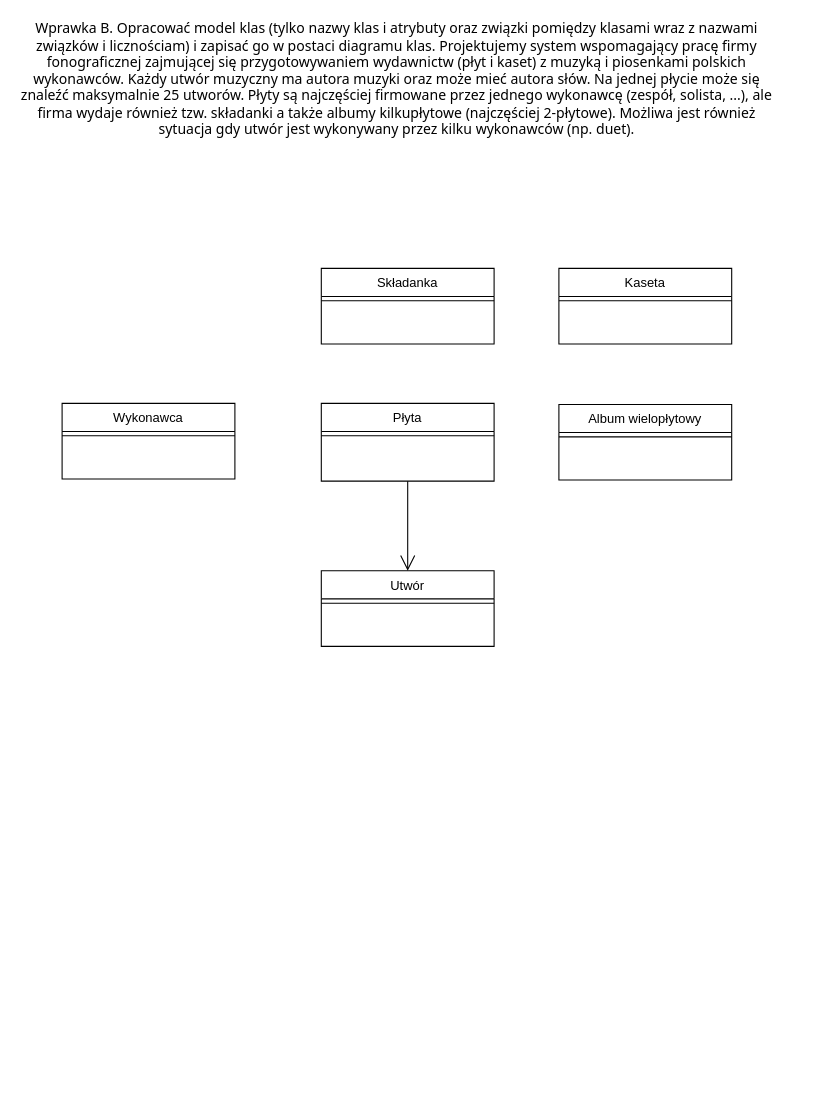
Earlier version of the draw.io diagram Diagram_klas.drawio (MichjuX/UML_Diagrams). Source tidied: cells renumbered, new cells numbered last; positions are measured from the earlier drawing's top-left corner, leaving out a move shared by most shapes. Both pictures are drawn from the tidied source at 108%, with x=0, y=0 at pixel (18, 63).
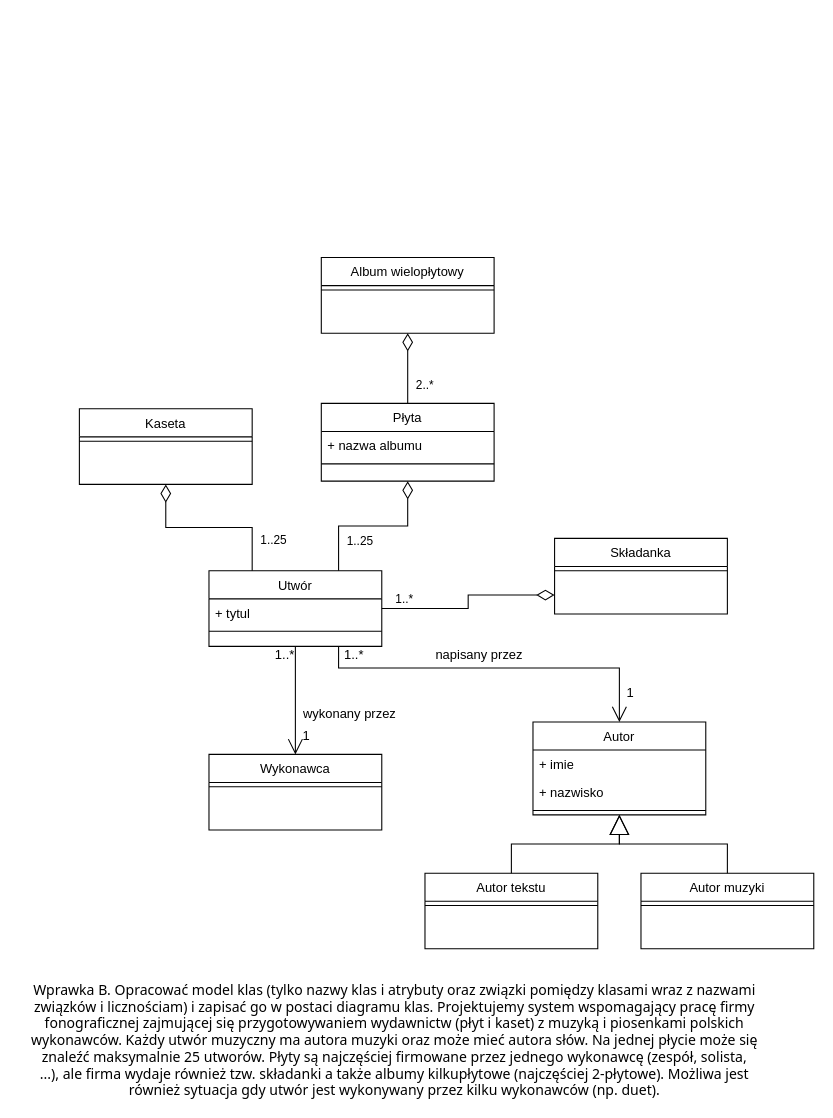
The same page after the edit.

The change refers to these unchanged cells:
```xml
<mxCell id="2" value="Płyta" style="swimlane;fontStyle=0;align=center;verticalAlign=top;horizontal=1;startSize=26;rounded=0;shadow=0;strokeWidth=1;" parent="1" vertex="1">
  <mxGeometry x="280" y="315" width="160" height="72" as="geometry" />
</mxCell>
```

Change to the diagram source:
```diff
@@
+    <mxCell id="16" value="+ nazwa albumu" style="text;strokeColor=none;fillColor=none;align=left;verticalAlign=top;spacingLeft=4;spacingRight=4;overflow=hidden;whiteSpace=wrap;html=1;" parent="2" vertex="1">
+      <mxGeometry y="26" width="160" height="26" as="geometry" />
+    </mxCell>
     <mxCell id="3" style="line;html=1;strokeWidth=1;align=left;verticalAlign=middle;spacingTop=-1;spacingLeft=3;spacingRight=3;labelPosition=right;" parent="2" vertex="1">
-      <mxGeometry y="26" width="160" height="8" as="geometry" />
+      <mxGeometry y="52" width="160" height="8" as="geometry" />
     </mxCell>
     <mxCell id="4" value="Kaseta" style="swimlane;fontStyle=0;align=center;verticalAlign=top;horizontal=1;startSize=26;rounded=0;shadow=0;strokeWidth=1;" parent="1" vertex="1">
-      <mxGeometry x="500" y="190" width="160" height="70" as="geometry" />
+      <mxGeometry x="56" y="320" width="160" height="70" as="geometry" />
     </mxCell>
@@
     <mxCell id="6" value="Składanka&#10;" style="swimlane;fontStyle=0;align=center;verticalAlign=top;horizontal=1;startSize=26;rounded=0;shadow=0;strokeWidth=1;" parent="1" vertex="1">
-      <mxGeometry x="280" y="190" width="160" height="70" as="geometry" />
+      <mxGeometry x="496" y="440" width="160" height="70" as="geometry" />
     </mxCell>
@@
     <mxCell id="8" value="Utwór" style="swimlane;fontStyle=0;align=center;verticalAlign=top;horizontal=1;startSize=26;rounded=0;shadow=0;strokeWidth=1;" parent="1" vertex="1">
-      <mxGeometry x="280" y="470" width="160" height="70" as="geometry" />
+      <mxGeometry x="176" y="470" width="160" height="70" as="geometry" />
     </mxCell>
+    <mxCell id="17" value="+ tytul" style="text;strokeColor=none;fillColor=none;align=left;verticalAlign=top;spacingLeft=4;spacingRight=4;overflow=hidden;whiteSpace=wrap;html=1;" parent="8" vertex="1">
+      <mxGeometry y="26" width="160" height="26" as="geometry" />
+    </mxCell>
     <mxCell id="9" style="line;html=1;strokeWidth=1;align=left;verticalAlign=middle;spacingTop=-1;spacingLeft=3;spacingRight=3;labelPosition=right;" parent="8" vertex="1">
-      <mxGeometry y="26" width="160" height="8" as="geometry" />
+      <mxGeometry y="52" width="160" height="8" as="geometry" />
     </mxCell>
-    <mxCell id="10" value="Wykonawca&#10;" style="swimlane;fontStyle=0;align=center;verticalAlign=top;horizontal=1;startSize=26;rounded=0;shadow=0;strokeWidth=1;" parent="1" vertex="1">
-      <mxGeometry x="40" y="315" width="160" height="70" as="geometry" />
+    <mxCell id="10" value="Wykonawca" style="swimlane;fontStyle=0;align=center;verticalAlign=top;horizontal=1;startSize=26;rounded=0;shadow=0;strokeWidth=1;" parent="1" vertex="1">
+      <mxGeometry x="176" y="640" width="160" height="70" as="geometry" />
     </mxCell>
@@
-    <mxCell id="12" value="&lt;span style=&quot;font-size: small; text-align: start;&quot;&gt;&lt;font face=&quot;Tahoma&quot;&gt;Wprawka B. Opracować model klas (tylko nazwy klas i atrybuty oraz związki pomiędzy klasami wraz z nazwami związków i licznościam) i zapisać go w postaci diagramu klas. Projektujemy system wspomagający pracę firmy fonograficznej zajmującej się przygotowywaniem wydawnictw (płyt i kaset) z muzyką i piosenkami polskich wykonawców. Każdy utwór muzyczny ma autora muzyki oraz może mieć autora słów. Na jednej płycie może się znaleźć maksymalnie 25 utworów. Płyty są najczęściej firmowane przez jednego wykonawcę (zespół, solista, ...), ale firma wydaje również tzw. składanki a także albumy kilkupłytowe (najczęściej 2-płytowe). Możliwa jest również sytuacja gdy utwór jest wykonywany przez kilku wykonawców (np. duet).&lt;/font&gt;&lt;/span&gt;" style="text;html=1;align=center;verticalAlign=middle;whiteSpace=wrap;rounded=0;" parent="1" vertex="1">
-      <mxGeometry width="700" height="30" as="geometry" />
-    </mxCell>
     <mxCell id="13" value="Album wielopłytowy&#10;" style="swimlane;fontStyle=0;align=center;verticalAlign=top;horizontal=1;startSize=26;rounded=0;shadow=0;strokeWidth=1;" parent="1" vertex="1">
-      <mxGeometry x="500" y="316" width="160" height="70" as="geometry" />
+      <mxGeometry x="280" y="180" width="160" height="70" as="geometry" />
     </mxCell>
@@
-    <mxCell id="15" style="endArrow=open;endFill=1;endSize=12;html=1;rounded=0;exitX=0.5;exitY=1;exitDx=0;exitDy=0;entryX=0.5;entryY=0;entryDx=0;entryDy=0;" parent="1" edge="1" source="2" target="8">
-      <mxGeometry relative="1" as="geometry" />
+    <mxCell id="15" value="1..25" style="endArrow=none;html=1;endSize=12;startArrow=diamondThin;startSize=14;startFill=0;edgeStyle=orthogonalEdgeStyle;align=left;verticalAlign=bottom;rounded=0;exitX=0.5;exitY=1;exitDx=0;exitDy=0;entryX=0.75;entryY=0;entryDx=0;entryDy=0;endFill=0;" parent="1" edge="1" source="2" target="8">
+      <mxGeometry x="0.76" y="6" relative="1" as="geometry" />
     </mxCell>
+    <mxCell id="18" value="Autor" style="swimlane;fontStyle=0;align=center;verticalAlign=top;horizontal=1;startSize=26;rounded=0;shadow=0;strokeWidth=1;" parent="1" vertex="1">
+      <mxGeometry x="476" y="610" width="160" height="86" as="geometry" />
+    </mxCell>
+    <mxCell id="19" value="+ imie" style="text;strokeColor=none;fillColor=none;align=left;verticalAlign=top;spacingLeft=4;spacingRight=4;overflow=hidden;whiteSpace=wrap;html=1;" parent="18" vertex="1">
+      <mxGeometry y="26" width="160" height="26" as="geometry" />
+    </mxCell>
+    <mxCell id="20" value="+ nazwisko" style="text;strokeColor=none;fillColor=none;align=left;verticalAlign=top;spacingLeft=4;spacingRight=4;overflow=hidden;whiteSpace=wrap;html=1;" parent="18" vertex="1">
+      <mxGeometry y="52" width="160" height="26" as="geometry" />
+    </mxCell>
+    <mxCell id="21" style="line;html=1;strokeWidth=1;align=left;verticalAlign=middle;spacingTop=-1;spacingLeft=3;spacingRight=3;labelPosition=right;" parent="18" vertex="1">
+      <mxGeometry y="78" width="160" height="8" as="geometry" />
+    </mxCell>
+    <mxCell id="12" value="&lt;span style=&quot;font-size: small; text-align: start;&quot;&gt;&lt;font face=&quot;Tahoma&quot;&gt;Wprawka B. Opracować model klas (tylko nazwy klas i atrybuty oraz związki pomiędzy klasami wraz z nazwami związków i licznościam) i zapisać go w postaci diagramu klas. Projektujemy system wspomagający pracę firmy fonograficznej zajmującej się przygotowywaniem wydawnictw (płyt i kaset) z muzyką i piosenkami polskich wykonawców. Każdy utwór muzyczny ma autora muzyki oraz może mieć autora słów. Na jednej płycie może się znaleźć maksymalnie 25 utworów. Płyty są najczęściej firmowane przez jednego wykonawcę (zespół, solista, ...), ale firma wydaje również tzw. składanki a także albumy kilkupłytowe (najczęściej 2-płytowe). Możliwa jest również sytuacja gdy utwór jest wykonywany przez kilku wykonawców (np. duet).&lt;/font&gt;&lt;/span&gt;" style="text;html=1;align=center;verticalAlign=middle;whiteSpace=wrap;rounded=0;" parent="1" vertex="1">
+      <mxGeometry x="10" y="890" width="676" height="30" as="geometry" />
+    </mxCell>
+    <mxCell id="22" value="Autor muzyki" style="swimlane;fontStyle=0;align=center;verticalAlign=top;horizontal=1;startSize=26;rounded=0;shadow=0;strokeWidth=1;" parent="1" vertex="1">
+      <mxGeometry x="576" y="750" width="160" height="70" as="geometry" />
+    </mxCell>
+    <mxCell id="23" style="line;html=1;strokeWidth=1;align=left;verticalAlign=middle;spacingTop=-1;spacingLeft=3;spacingRight=3;labelPosition=right;" parent="22" vertex="1">
+      <mxGeometry y="26" width="160" height="8" as="geometry" />
+    </mxCell>
+    <mxCell id="24" value="Autor tekstu" style="swimlane;fontStyle=0;align=center;verticalAlign=top;horizontal=1;startSize=26;rounded=0;shadow=0;strokeWidth=1;" parent="1" vertex="1">
+      <mxGeometry x="376" y="750" width="160" height="70" as="geometry" />
+    </mxCell>
+    <mxCell id="25" style="line;html=1;strokeWidth=1;align=left;verticalAlign=middle;spacingTop=-1;spacingLeft=3;spacingRight=3;labelPosition=right;" parent="24" vertex="1">
+      <mxGeometry y="26" width="160" height="8" as="geometry" />
+    </mxCell>
+    <mxCell id="26" style="endArrow=block;endSize=16;endFill=0;html=1;rounded=0;entryX=0.5;entryY=1;entryDx=0;entryDy=0;exitX=0.5;exitY=0;exitDx=0;exitDy=0;edgeStyle=orthogonalEdgeStyle;" parent="1" edge="1" source="24" target="18">
+      <mxGeometry x="0.13" y="-24" relative="1" as="geometry" />
+    </mxCell>
+    <mxCell id="27" style="endArrow=block;endSize=16;endFill=0;html=1;rounded=0;entryX=0.5;entryY=1;entryDx=0;entryDy=0;exitX=0.5;exitY=0;exitDx=0;exitDy=0;edgeStyle=orthogonalEdgeStyle;" parent="1" edge="1" source="22" target="18">
+      <mxGeometry x="0.13" y="-24" relative="1" as="geometry" />
+    </mxCell>
+    <mxCell id="28" value="1..*" style="endArrow=none;html=1;endSize=12;startArrow=diamondThin;startSize=14;startFill=0;edgeStyle=orthogonalEdgeStyle;align=left;verticalAlign=bottom;rounded=0;entryX=1;entryY=0.5;entryDx=0;entryDy=0;endFill=0;exitX=0;exitY=0.75;exitDx=0;exitDy=0;" parent="1" edge="1" source="6" target="8">
+      <mxGeometry x="0.88" relative="1" as="geometry" />
+    </mxCell>
+    <mxCell id="29" value="2..*" style="endArrow=none;html=1;endSize=12;startArrow=diamondThin;startSize=14;startFill=0;edgeStyle=orthogonalEdgeStyle;align=left;verticalAlign=bottom;rounded=0;exitX=0.5;exitY=1;exitDx=0;exitDy=0;endFill=0;entryX=0.5;entryY=0;entryDx=0;entryDy=0;" parent="1" edge="1" source="13" target="2">
+      <mxGeometry x="0.76" y="6" relative="1" as="geometry" />
+    </mxCell>
+    <mxCell id="30" value="1..25" style="endArrow=none;html=1;endSize=12;startArrow=diamondThin;startSize=14;startFill=0;edgeStyle=orthogonalEdgeStyle;align=left;verticalAlign=bottom;rounded=0;exitX=0.5;exitY=1;exitDx=0;exitDy=0;entryX=0.25;entryY=0;entryDx=0;entryDy=0;endFill=0;" parent="1" edge="1" source="4" target="8">
+      <mxGeometry x="0.76" y="6" relative="1" as="geometry" />
+    </mxCell>
+    <mxCell id="31" style="endArrow=open;endFill=1;endSize=12;html=1;rounded=0;exitX=0.5;exitY=1;exitDx=0;exitDy=0;entryX=0.5;entryY=0;entryDx=0;entryDy=0;" parent="1" edge="1" source="8" target="10">
+      <mxGeometry relative="1" as="geometry" />
+    </mxCell>
+    <mxCell id="32" value="wykonany przez" style="text;align=center;fontStyle=0;verticalAlign=middle;spacingLeft=3;spacingRight=3;strokeColor=none;html=1;" parent="1" vertex="1">
+      <mxGeometry x="266" y="590" width="80" height="26" as="geometry" />
+    </mxCell>
+    <mxCell id="33" style="endArrow=open;endFill=1;endSize=12;html=1;rounded=0;exitX=0.75;exitY=1;exitDx=0;exitDy=0;entryX=0.5;entryY=0;entryDx=0;entryDy=0;edgeStyle=orthogonalEdgeStyle;" parent="1" edge="1" source="8" target="18">
+      <mxGeometry relative="1" as="geometry">
+        <Array as="points">
+          <mxPoint x="296" y="560" />
+          <mxPoint x="556" y="560" />
+        </Array>
+      </mxGeometry>
+    </mxCell>
+    <mxCell id="34" value="napisany przez" style="text;align=center;fontStyle=0;verticalAlign=middle;spacingLeft=3;spacingRight=3;strokeColor=none;html=1;" parent="1" vertex="1">
+      <mxGeometry x="386" y="535" width="80" height="26" as="geometry" />
+    </mxCell>
+    <mxCell id="35" value="1" style="text;align=center;fontStyle=0;verticalAlign=middle;spacingLeft=3;spacingRight=3;strokeColor=none;html=1;" parent="1" vertex="1">
+      <mxGeometry x="526" y="570" width="80" height="26" as="geometry" />
+    </mxCell>
+    <mxCell id="36" value="1" style="text;align=center;fontStyle=0;verticalAlign=middle;spacingLeft=3;spacingRight=3;strokeColor=none;html=1;" parent="1" vertex="1">
+      <mxGeometry x="226" y="610" width="80" height="26" as="geometry" />
+    </mxCell>
+    <mxCell id="37" value="1..*" style="text;align=center;fontStyle=0;verticalAlign=middle;spacingLeft=3;spacingRight=3;strokeColor=none;html=1;" parent="1" vertex="1">
+      <mxGeometry x="206" y="535" width="80" height="26" as="geometry" />
+    </mxCell>
+    <mxCell id="38" value="1..*" style="text;align=center;fontStyle=0;verticalAlign=middle;spacingLeft=3;spacingRight=3;strokeColor=none;html=1;" parent="1" vertex="1">
+      <mxGeometry x="270" y="534.5" width="80" height="26" as="geometry" />
+    </mxCell>
```
